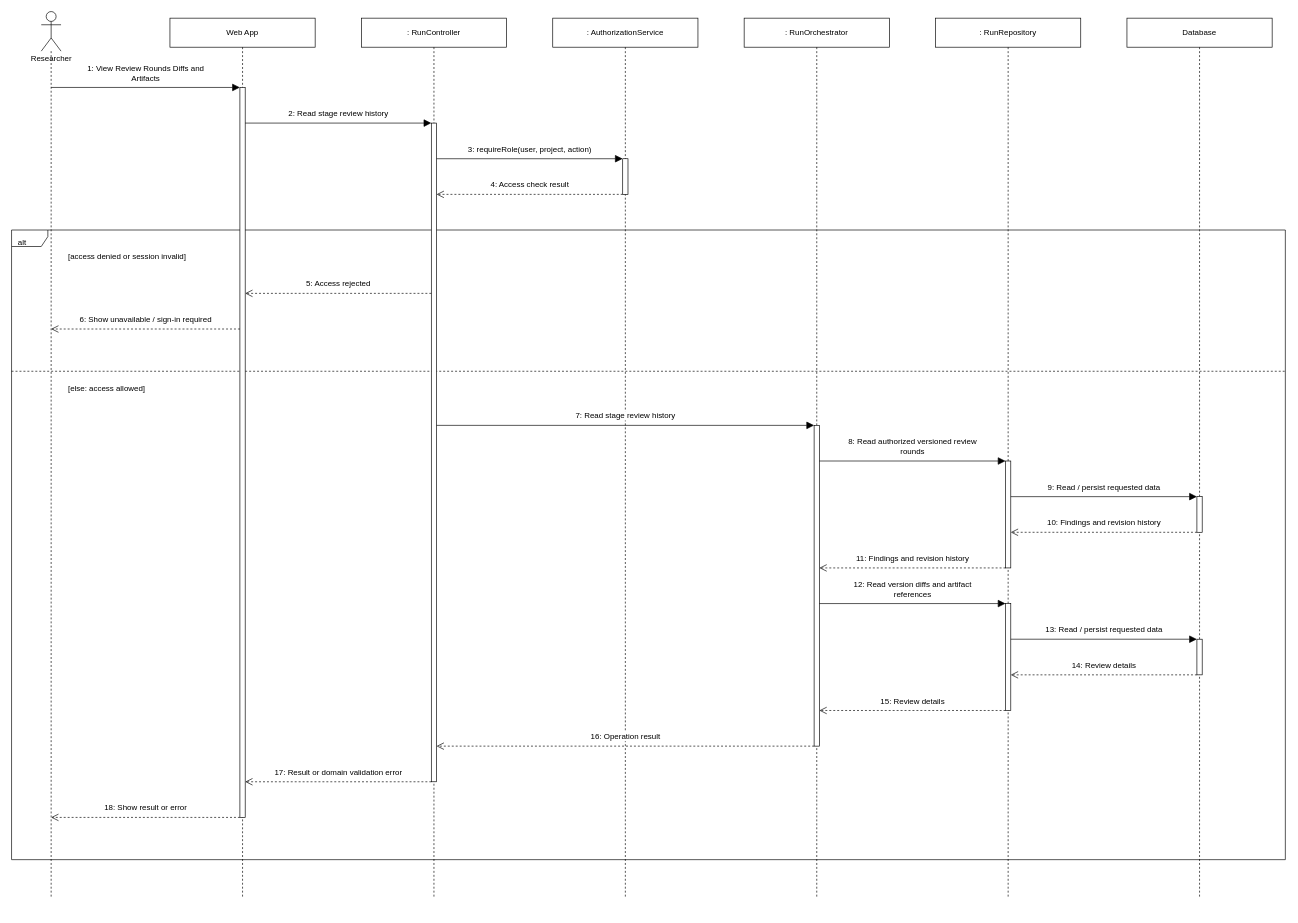
This is page "View Review Rounds Diffs and Artifacts" (7 of 17) of diagrams/08-sequence/04-research-run-orchestration/Sequence-Diagrams-Research-Run-Orchestration.drawio from openai-scientist/docs, a draw.io file, before an edit. Source tidied: cells renumbered, new cells numbered last; positions are measured from the earlier drawing's top-left corner, leaving out a move shared by most shapes. Both pictures are drawn from the tidied source at 66%, with x=0, y=0 at pixel (11, 11).
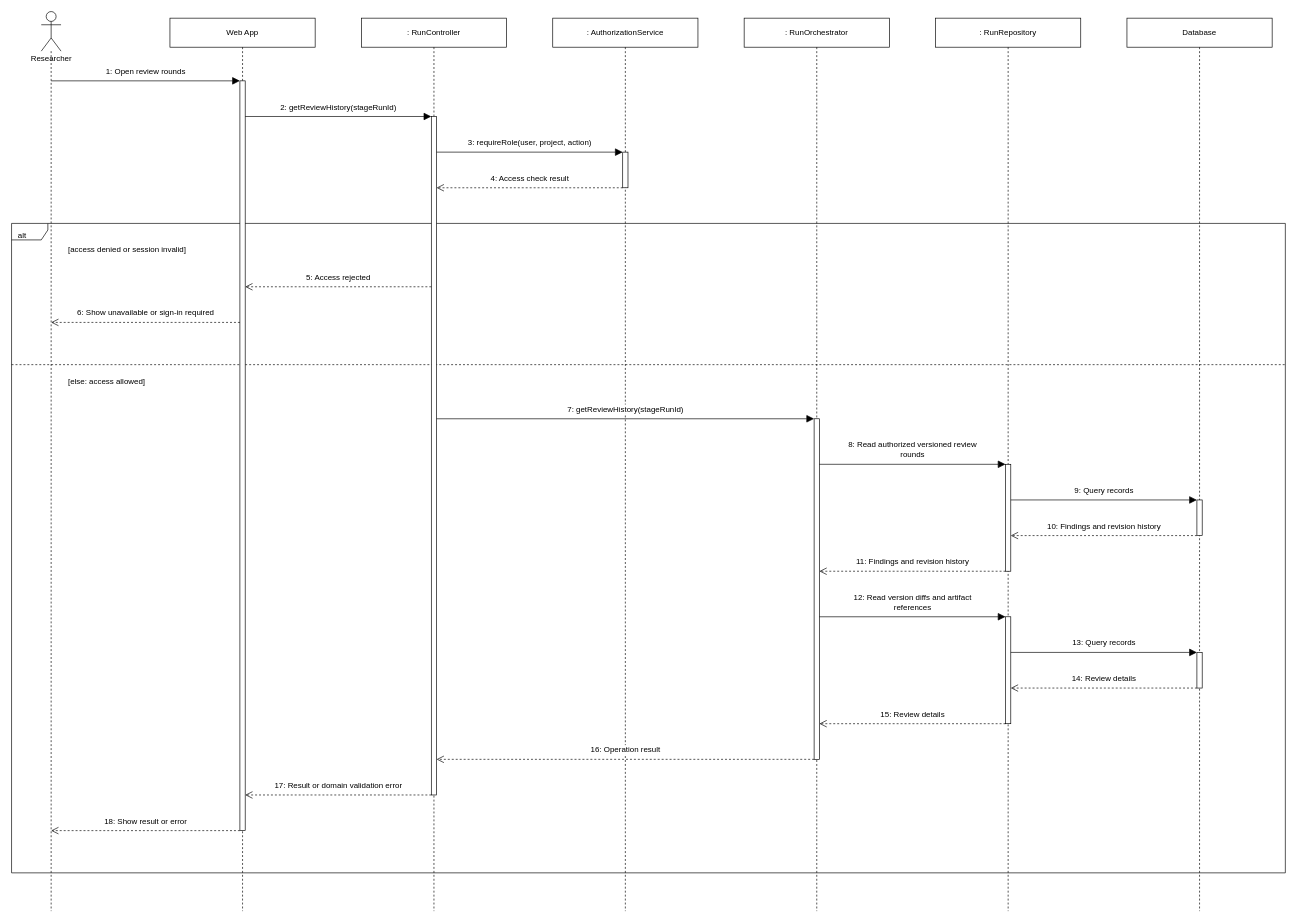
Above is the later version.

What changed in the source:
```diff
@@
     <mxCell id="2" value="alt" style="html=1;fontFamily=Arial;fontSize=12;fontColor=#000000;strokeColor=#000000;strokeWidth=1;fillColor=#FFFFFF;shape=umlFrame;fillColor=none;width=55;height=25;align=left;verticalAlign=top;spacingLeft=8;spacingTop=5;" parent="1" vertex="1">
-      <mxGeometry y="331" width="1930" height="954" as="geometry" />
+      <mxGeometry y="321" width="1930" height="984" as="geometry" />
     </mxCell>
     <mxCell id="3" value="[access denied or session invalid]" style="html=1;fontFamily=Arial;fontSize=12;fontColor=#000000;strokeColor=#000000;strokeWidth=1;fillColor=#FFFFFF;text;strokeColor=none;fillColor=none;align=left;verticalAlign=top;" parent="1" vertex="1">
-      <mxGeometry x="84" y="357" width="1831" height="30" as="geometry" />
+      <mxGeometry x="84" y="347" width="1831" height="30" as="geometry" />
     </mxCell>
     <mxCell id="4" value="[else: access allowed]" style="html=1;fontFamily=Arial;fontSize=12;fontColor=#000000;strokeColor=#000000;strokeWidth=1;fillColor=#FFFFFF;text;strokeColor=none;fillColor=none;align=left;verticalAlign=top;" parent="1" vertex="1">
-      <mxGeometry x="84" y="557" width="1831" height="30" as="geometry" />
+      <mxGeometry x="84" y="547" width="1831" height="30" as="geometry" />
     </mxCell>
     <mxCell id="5" style="html=1;fontFamily=Arial;fontSize=12;fontColor=#000000;strokeColor=#000000;strokeWidth=1;fillColor=#FFFFFF;dashed=1;endArrow=none;" parent="1" edge="1">
       <mxGeometry relative="1" as="geometry">
-        <mxPoint y="545" as="sourcePoint" />
-        <mxPoint x="1930" y="545" as="targetPoint" />
+        <mxPoint y="535" as="sourcePoint" />
+        <mxPoint x="1930" y="535" as="targetPoint" />
       </mxGeometry>
     </mxCell>
     <mxCell id="6" value="Researcher" style="html=1;fontFamily=Arial;fontSize=12;fontColor=#000000;strokeColor=#000000;strokeWidth=1;fillColor=#FFFFFF;shape=umlLifeline;participant=umlActor;size=60;perimeter=lifelinePerimeter;verticalAlign=bottom;spacingBottom=-20;" parent="1" vertex="1">
-      <mxGeometry x="45" width="30" height="1343" as="geometry" />
+      <mxGeometry x="45" width="30" height="1363" as="geometry" />
     </mxCell>
     <mxCell id="7" value="Web App" style="html=1;fontFamily=Arial;fontSize=12;fontColor=#000000;strokeColor=#000000;strokeWidth=1;fillColor=#FFFFFF;shape=umlLifeline;size=44;perimeter=lifelinePerimeter;whiteSpace=wrap;" parent="1" vertex="1">
-      <mxGeometry x="240" y="10" width="220" height="1333" as="geometry" />
+      <mxGeometry x="240" y="10" width="220" height="1353" as="geometry" />
     </mxCell>
     <mxCell id="8" value=": RunController" style="html=1;fontFamily=Arial;fontSize=12;fontColor=#000000;strokeColor=#000000;strokeWidth=1;fillColor=#FFFFFF;shape=umlLifeline;size=44;perimeter=lifelinePerimeter;whiteSpace=wrap;" parent="1" vertex="1">
-      <mxGeometry x="530" y="10" width="220" height="1333" as="geometry" />
+      <mxGeometry x="530" y="10" width="220" height="1353" as="geometry" />
     </mxCell>
     <mxCell id="9" value=": AuthorizationService" style="html=1;fontFamily=Arial;fontSize=12;fontColor=#000000;strokeColor=#000000;strokeWidth=1;fillColor=#FFFFFF;shape=umlLifeline;size=44;perimeter=lifelinePerimeter;whiteSpace=wrap;" parent="1" vertex="1">
-      <mxGeometry x="820" y="10" width="220" height="1333" as="geometry" />
+      <mxGeometry x="820" y="10" width="220" height="1353" as="geometry" />
     </mxCell>
     <mxCell id="10" value=": RunOrchestrator" style="html=1;fontFamily=Arial;fontSize=12;fontColor=#000000;strokeColor=#000000;strokeWidth=1;fillColor=#FFFFFF;shape=umlLifeline;size=44;perimeter=lifelinePerimeter;whiteSpace=wrap;" parent="1" vertex="1">
-      <mxGeometry x="1110" y="10" width="220" height="1333" as="geometry" />
+      <mxGeometry x="1110" y="10" width="220" height="1353" as="geometry" />
     </mxCell>
     <mxCell id="11" value=": RunRepository" style="html=1;fontFamily=Arial;fontSize=12;fontColor=#000000;strokeColor=#000000;strokeWidth=1;fillColor=#FFFFFF;shape=umlLifeline;size=44;perimeter=lifelinePerimeter;whiteSpace=wrap;" parent="1" vertex="1">
-      <mxGeometry x="1400" y="10" width="220" height="1333" as="geometry" />
+      <mxGeometry x="1400" y="10" width="220" height="1353" as="geometry" />
     </mxCell>
     <mxCell id="12" value="Database" style="html=1;fontFamily=Arial;fontSize=12;fontColor=#000000;strokeColor=#000000;strokeWidth=1;fillColor=#FFFFFF;shape=umlLifeline;size=44;perimeter=lifelinePerimeter;whiteSpace=wrap;" parent="1" vertex="1">
-      <mxGeometry x="1690" y="10" width="220" height="1333" as="geometry" />
+      <mxGeometry x="1690" y="10" width="220" height="1353" as="geometry" />
     </mxCell>
     <mxCell id="13" style="html=1;fontFamily=Arial;fontSize=12;fontColor=#000000;strokeColor=#000000;strokeWidth=1;fillColor=#FFFFFF;" parent="7" vertex="1">
-      <mxGeometry x="106" y="105" width="8" height="1106" as="geometry" />
+      <mxGeometry x="106" y="95" width="8" height="1136" as="geometry" />
     </mxCell>
     <mxCell id="14" style="html=1;fontFamily=Arial;fontSize=12;fontColor=#000000;strokeColor=#000000;strokeWidth=1;fillColor=#FFFFFF;" parent="8" vertex="1">
-      <mxGeometry x="106" y="159" width="8" height="998" as="geometry" />
+      <mxGeometry x="106" y="149" width="8" height="1028" as="geometry" />
     </mxCell>
     <mxCell id="15" style="html=1;fontFamily=Arial;fontSize=12;fontColor=#000000;strokeColor=#000000;strokeWidth=1;fillColor=#FFFFFF;" parent="9" vertex="1">
-      <mxGeometry x="106" y="213" width="8" height="54" as="geometry" />
+      <mxGeometry x="106" y="203" width="8" height="54" as="geometry" />
     </mxCell>
     <mxCell id="16" style="html=1;fontFamily=Arial;fontSize=12;fontColor=#000000;strokeColor=#000000;strokeWidth=1;fillColor=#FFFFFF;" parent="10" vertex="1">
-      <mxGeometry x="106" y="617" width="8" height="486" as="geometry" />
+      <mxGeometry x="106" y="607" width="8" height="516" as="geometry" />
     </mxCell>
     <mxCell id="17" style="html=1;fontFamily=Arial;fontSize=12;fontColor=#000000;strokeColor=#000000;strokeWidth=1;fillColor=#FFFFFF;" parent="11" vertex="1">
-      <mxGeometry x="106" y="671" width="8" height="162" as="geometry" />
+      <mxGeometry x="106" y="676" width="8" height="162" as="geometry" />
     </mxCell>
     <mxCell id="18" style="html=1;fontFamily=Arial;fontSize=12;fontColor=#000000;strokeColor=#000000;strokeWidth=1;fillColor=#FFFFFF;" parent="11" vertex="1">
-      <mxGeometry x="106" y="887" width="8" height="162" as="geometry" />
+      <mxGeometry x="106" y="907" width="8" height="162" as="geometry" />
     </mxCell>
     <mxCell id="19" style="html=1;fontFamily=Arial;fontSize=12;fontColor=#000000;strokeColor=#000000;strokeWidth=1;fillColor=#FFFFFF;" parent="12" vertex="1">
-      <mxGeometry x="106" y="725" width="8" height="54" as="geometry" />
+      <mxGeometry x="106" y="730" width="8" height="54" as="geometry" />
     </mxCell>
     <mxCell id="20" style="html=1;fontFamily=Arial;fontSize=12;fontColor=#000000;strokeColor=#000000;strokeWidth=1;fillColor=#FFFFFF;" parent="12" vertex="1">
-      <mxGeometry x="106" y="941" width="8" height="54" as="geometry" />
+      <mxGeometry x="106" y="961" width="8" height="54" as="geometry" />
     </mxCell>
-    <mxCell id="21" value="1: View Review Rounds Diffs and&lt;br&gt;Artifacts" style="html=1;fontFamily=Arial;fontSize=12;fontColor=#000000;strokeColor=#000000;strokeWidth=1;fillColor=#FFFFFF;edgeStyle=none;rounded=0;endSize=9;endArrow=block;endFill=1;labelBackgroundColor=#FFFFFF;verticalAlign=bottom;spacingBottom=5;exitX=0.5;exitY=0.08562918838421445;entryX=0;entryY=0.0;exitPerimeter=0;entryPerimeter=0;" parent="1" edge="1" source="6" target="13">
+    <mxCell id="21" value="1: Open review rounds" style="html=1;fontFamily=Arial;fontSize=12;fontColor=#000000;strokeColor=#000000;strokeWidth=1;fillColor=#FFFFFF;edgeStyle=none;rounded=0;endSize=9;endArrow=block;endFill=1;labelBackgroundColor=#FFFFFF;verticalAlign=bottom;spacingBottom=5;exitX=0.5;exitY=0.07703595011005136;entryX=0;entryY=0.0;exitPerimeter=0;entryPerimeter=0;" parent="1" edge="1" source="6" target="13">
       <mxGeometry relative="1" as="geometry" />
     </mxCell>
-    <mxCell id="22" value="2: Read stage review history" style="html=1;fontFamily=Arial;fontSize=12;fontColor=#000000;strokeColor=#000000;strokeWidth=1;fillColor=#FFFFFF;edgeStyle=none;rounded=0;endSize=9;endArrow=block;endFill=1;labelBackgroundColor=#FFFFFF;verticalAlign=bottom;spacingBottom=5;exitX=1;exitY=0.048824593128390596;entryX=0;entryY=0.0;exitPerimeter=0;entryPerimeter=0;" parent="1" edge="1" source="13" target="14">
+    <mxCell id="22" value="2: getReviewHistory(stageRunId)" style="html=1;fontFamily=Arial;fontSize=12;fontColor=#000000;strokeColor=#000000;strokeWidth=1;fillColor=#FFFFFF;edgeStyle=none;rounded=0;endSize=9;endArrow=block;endFill=1;labelBackgroundColor=#FFFFFF;verticalAlign=bottom;spacingBottom=5;exitX=1;exitY=0.04753521126760563;entryX=0;entryY=0.0;exitPerimeter=0;entryPerimeter=0;" parent="1" edge="1" source="13" target="14">
       <mxGeometry relative="1" as="geometry" />
     </mxCell>
-    <mxCell id="23" value="3: requireRole(user, project, action)" style="html=1;fontFamily=Arial;fontSize=12;fontColor=#000000;strokeColor=#000000;strokeWidth=1;fillColor=#FFFFFF;edgeStyle=none;rounded=0;endSize=9;endArrow=block;endFill=1;labelBackgroundColor=#FFFFFF;verticalAlign=bottom;spacingBottom=5;exitX=1;exitY=0.05410821643286573;entryX=0;entryY=0.0;exitPerimeter=0;entryPerimeter=0;" parent="1" edge="1" source="14" target="15">
+    <mxCell id="23" value="3: requireRole(user, project, action)" style="html=1;fontFamily=Arial;fontSize=12;fontColor=#000000;strokeColor=#000000;strokeWidth=1;fillColor=#FFFFFF;edgeStyle=none;rounded=0;endSize=9;endArrow=block;endFill=1;labelBackgroundColor=#FFFFFF;verticalAlign=bottom;spacingBottom=5;exitX=1;exitY=0.05252918287937743;entryX=0;entryY=0.0;exitPerimeter=0;entryPerimeter=0;" parent="1" edge="1" source="14" target="15">
       <mxGeometry relative="1" as="geometry" />
     </mxCell>
-    <mxCell id="24" value="4: Access check result" style="html=1;fontFamily=Arial;fontSize=12;fontColor=#000000;strokeColor=#000000;strokeWidth=1;fillColor=#FFFFFF;edgeStyle=none;rounded=0;endSize=9;dashed=1;endArrow=open;endFill=0;labelBackgroundColor=#FFFFFF;verticalAlign=bottom;spacingBottom=5;exitX=0;exitY=1.0;entryX=1;entryY=0.10821643286573146;exitPerimeter=0;entryPerimeter=0;" parent="1" edge="1" source="15" target="14">
+    <mxCell id="24" value="4: Access check result" style="html=1;fontFamily=Arial;fontSize=12;fontColor=#000000;strokeColor=#000000;strokeWidth=1;fillColor=#FFFFFF;edgeStyle=none;rounded=0;endSize=9;dashed=1;endArrow=open;endFill=0;labelBackgroundColor=#FFFFFF;verticalAlign=bottom;spacingBottom=5;exitX=0;exitY=1.0;entryX=1;entryY=0.10505836575875487;exitPerimeter=0;entryPerimeter=0;" parent="1" edge="1" source="15" target="14">
       <mxGeometry relative="1" as="geometry" />
     </mxCell>
-    <mxCell id="25" value="5: Access rejected" style="html=1;fontFamily=Arial;fontSize=12;fontColor=#000000;strokeColor=#000000;strokeWidth=1;fillColor=#FFFFFF;edgeStyle=none;rounded=0;endSize=9;dashed=1;endArrow=open;endFill=0;labelBackgroundColor=#FFFFFF;verticalAlign=bottom;spacingBottom=5;exitX=0;exitY=0.25851703406813625;entryX=1;entryY=0.2820976491862568;exitPerimeter=0;entryPerimeter=0;" parent="1" edge="1" source="14" target="13">
+    <mxCell id="25" value="5: Access rejected" style="html=1;fontFamily=Arial;fontSize=12;fontColor=#000000;strokeColor=#000000;strokeWidth=1;fillColor=#FFFFFF;edgeStyle=none;rounded=0;endSize=9;dashed=1;endArrow=open;endFill=0;labelBackgroundColor=#FFFFFF;verticalAlign=bottom;spacingBottom=5;exitX=0;exitY=0.2509727626459144;entryX=1;entryY=0.2746478873239437;exitPerimeter=0;entryPerimeter=0;" parent="1" edge="1" source="14" target="13">
       <mxGeometry relative="1" as="geometry" />
     </mxCell>
-    <mxCell id="26" value="6: Show unavailable / sign-in required" style="html=1;fontFamily=Arial;fontSize=12;fontColor=#000000;strokeColor=#000000;strokeWidth=1;fillColor=#FFFFFF;edgeStyle=none;rounded=0;endSize=9;dashed=1;endArrow=open;endFill=0;labelBackgroundColor=#FFFFFF;verticalAlign=bottom;spacingBottom=5;exitX=0;exitY=0.3309222423146474;entryX=0.5;entryY=0.35815338793745344;exitPerimeter=0;entryPerimeter=0;" parent="1" edge="1" source="13" target="6">
+    <mxCell id="26" value="6: Show unavailable or sign-in required" style="html=1;fontFamily=Arial;fontSize=12;fontColor=#000000;strokeColor=#000000;strokeWidth=1;fillColor=#FFFFFF;edgeStyle=none;rounded=0;endSize=9;dashed=1;endArrow=open;endFill=0;labelBackgroundColor=#FFFFFF;verticalAlign=bottom;spacingBottom=5;exitX=0;exitY=0.3221830985915493;entryX=0.5;entryY=0.34556126192223036;exitPerimeter=0;entryPerimeter=0;" parent="1" edge="1" source="13" target="6">
       <mxGeometry relative="1" as="geometry" />
     </mxCell>
-    <mxCell id="27" value="7: Read stage review history" style="html=1;fontFamily=Arial;fontSize=12;fontColor=#000000;strokeColor=#000000;strokeWidth=1;fillColor=#FFFFFF;edgeStyle=none;rounded=0;endSize=9;endArrow=block;endFill=1;labelBackgroundColor=#FFFFFF;verticalAlign=bottom;spacingBottom=5;exitX=1;exitY=0.4589178356713427;entryX=0;entryY=0.0;exitPerimeter=0;entryPerimeter=0;" parent="1" edge="1" source="14" target="16">
+    <mxCell id="27" value="7: getReviewHistory(stageRunId)" style="html=1;fontFamily=Arial;fontSize=12;fontColor=#000000;strokeColor=#000000;strokeWidth=1;fillColor=#FFFFFF;edgeStyle=none;rounded=0;endSize=9;endArrow=block;endFill=1;labelBackgroundColor=#FFFFFF;verticalAlign=bottom;spacingBottom=5;exitX=1;exitY=0.4455252918287938;entryX=0;entryY=0.0;exitPerimeter=0;entryPerimeter=0;" parent="1" edge="1" source="14" target="16">
       <mxGeometry relative="1" as="geometry" />
     </mxCell>
-    <mxCell id="28" value="8: Read authorized versioned review&lt;br&gt;rounds" style="html=1;fontFamily=Arial;fontSize=12;fontColor=#000000;strokeColor=#000000;strokeWidth=1;fillColor=#FFFFFF;edgeStyle=none;rounded=0;endSize=9;endArrow=block;endFill=1;labelBackgroundColor=#FFFFFF;verticalAlign=bottom;spacingBottom=5;exitX=1;exitY=0.1111111111111111;entryX=0;entryY=0.0;exitPerimeter=0;entryPerimeter=0;" parent="1" edge="1" source="16" target="17">
+    <mxCell id="28" value="8: Read authorized versioned review&lt;br&gt;rounds" style="html=1;fontFamily=Arial;fontSize=12;fontColor=#000000;strokeColor=#000000;strokeWidth=1;fillColor=#FFFFFF;edgeStyle=none;rounded=0;endSize=9;endArrow=block;endFill=1;labelBackgroundColor=#FFFFFF;verticalAlign=bottom;spacingBottom=5;exitX=1;exitY=0.13372093023255813;entryX=0;entryY=0.0;exitPerimeter=0;entryPerimeter=0;" parent="1" edge="1" source="16" target="17">
       <mxGeometry relative="1" as="geometry" />
     </mxCell>
-    <mxCell id="29" value="9: Read / persist requested data" style="html=1;fontFamily=Arial;fontSize=12;fontColor=#000000;strokeColor=#000000;strokeWidth=1;fillColor=#FFFFFF;edgeStyle=none;rounded=0;endSize=9;endArrow=block;endFill=1;labelBackgroundColor=#FFFFFF;verticalAlign=bottom;spacingBottom=5;exitX=1;exitY=0.3333333333333333;entryX=0;entryY=0.0;exitPerimeter=0;entryPerimeter=0;" parent="1" edge="1" source="17" target="19">
+    <mxCell id="29" value="9: Query records" style="html=1;fontFamily=Arial;fontSize=12;fontColor=#000000;strokeColor=#000000;strokeWidth=1;fillColor=#FFFFFF;edgeStyle=none;rounded=0;endSize=9;endArrow=block;endFill=1;labelBackgroundColor=#FFFFFF;verticalAlign=bottom;spacingBottom=5;exitX=1;exitY=0.3333333333333333;entryX=0;entryY=0.0;exitPerimeter=0;entryPerimeter=0;" parent="1" edge="1" source="17" target="19">
       <mxGeometry relative="1" as="geometry" />
     </mxCell>
@@
-    <mxCell id="31" value="11: Findings and revision history" style="html=1;fontFamily=Arial;fontSize=12;fontColor=#000000;strokeColor=#000000;strokeWidth=1;fillColor=#FFFFFF;edgeStyle=none;rounded=0;endSize=9;dashed=1;endArrow=open;endFill=0;labelBackgroundColor=#FFFFFF;verticalAlign=bottom;spacingBottom=5;exitX=0;exitY=1.0;entryX=1;entryY=0.4444444444444444;exitPerimeter=0;entryPerimeter=0;" parent="1" edge="1" source="17" target="16">
+    <mxCell id="31" value="11: Findings and revision history" style="html=1;fontFamily=Arial;fontSize=12;fontColor=#000000;strokeColor=#000000;strokeWidth=1;fillColor=#FFFFFF;edgeStyle=none;rounded=0;endSize=9;dashed=1;endArrow=open;endFill=0;labelBackgroundColor=#FFFFFF;verticalAlign=bottom;spacingBottom=5;exitX=0;exitY=1.0;entryX=1;entryY=0.4476744186046512;exitPerimeter=0;entryPerimeter=0;" parent="1" edge="1" source="17" target="16">
       <mxGeometry relative="1" as="geometry" />
     </mxCell>
-    <mxCell id="32" value="12: Read version diffs and artifact&lt;br&gt;references" style="html=1;fontFamily=Arial;fontSize=12;fontColor=#000000;strokeColor=#000000;strokeWidth=1;fillColor=#FFFFFF;edgeStyle=none;rounded=0;endSize=9;endArrow=block;endFill=1;labelBackgroundColor=#FFFFFF;verticalAlign=bottom;spacingBottom=5;exitX=1;exitY=0.5555555555555556;entryX=0;entryY=0.0;exitPerimeter=0;entryPerimeter=0;" parent="1" edge="1" source="16" target="18">
+    <mxCell id="32" value="12: Read version diffs and artifact&lt;br&gt;references" style="html=1;fontFamily=Arial;fontSize=12;fontColor=#000000;strokeColor=#000000;strokeWidth=1;fillColor=#FFFFFF;edgeStyle=none;rounded=0;endSize=9;endArrow=block;endFill=1;labelBackgroundColor=#FFFFFF;verticalAlign=bottom;spacingBottom=5;exitX=1;exitY=0.5813953488372093;entryX=0;entryY=0.0;exitPerimeter=0;entryPerimeter=0;" parent="1" edge="1" source="16" target="18">
       <mxGeometry relative="1" as="geometry" />
     </mxCell>
-    <mxCell id="33" value="13: Read / persist requested data" style="html=1;fontFamily=Arial;fontSize=12;fontColor=#000000;strokeColor=#000000;strokeWidth=1;fillColor=#FFFFFF;edgeStyle=none;rounded=0;endSize=9;endArrow=block;endFill=1;labelBackgroundColor=#FFFFFF;verticalAlign=bottom;spacingBottom=5;exitX=1;exitY=0.3333333333333333;entryX=0;entryY=0.0;exitPerimeter=0;entryPerimeter=0;" parent="1" edge="1" source="18" target="20">
+    <mxCell id="33" value="13: Query records" style="html=1;fontFamily=Arial;fontSize=12;fontColor=#000000;strokeColor=#000000;strokeWidth=1;fillColor=#FFFFFF;edgeStyle=none;rounded=0;endSize=9;endArrow=block;endFill=1;labelBackgroundColor=#FFFFFF;verticalAlign=bottom;spacingBottom=5;exitX=1;exitY=0.3333333333333333;entryX=0;entryY=0.0;exitPerimeter=0;entryPerimeter=0;" parent="1" edge="1" source="18" target="20">
       <mxGeometry relative="1" as="geometry" />
     </mxCell>
@@
-    <mxCell id="35" value="15: Review details" style="html=1;fontFamily=Arial;fontSize=12;fontColor=#000000;strokeColor=#000000;strokeWidth=1;fillColor=#FFFFFF;edgeStyle=none;rounded=0;endSize=9;dashed=1;endArrow=open;endFill=0;labelBackgroundColor=#FFFFFF;verticalAlign=bottom;spacingBottom=5;exitX=0;exitY=1.0;entryX=1;entryY=0.8888888888888888;exitPerimeter=0;entryPerimeter=0;" parent="1" edge="1" source="18" target="16">
+    <mxCell id="35" value="15: Review details" style="html=1;fontFamily=Arial;fontSize=12;fontColor=#000000;strokeColor=#000000;strokeWidth=1;fillColor=#FFFFFF;edgeStyle=none;rounded=0;endSize=9;dashed=1;endArrow=open;endFill=0;labelBackgroundColor=#FFFFFF;verticalAlign=bottom;spacingBottom=5;exitX=0;exitY=1.0;entryX=1;entryY=0.8953488372093024;exitPerimeter=0;entryPerimeter=0;" parent="1" edge="1" source="18" target="16">
       <mxGeometry relative="1" as="geometry" />
     </mxCell>
-    <mxCell id="36" value="16: Operation result" style="html=1;fontFamily=Arial;fontSize=12;fontColor=#000000;strokeColor=#000000;strokeWidth=1;fillColor=#FFFFFF;edgeStyle=none;rounded=0;endSize=9;dashed=1;endArrow=open;endFill=0;labelBackgroundColor=#FFFFFF;verticalAlign=bottom;spacingBottom=5;exitX=0;exitY=1.0;entryX=1;entryY=0.9458917835671342;exitPerimeter=0;entryPerimeter=0;" parent="1" edge="1" source="16" target="14">
+    <mxCell id="36" value="16: Operation result" style="html=1;fontFamily=Arial;fontSize=12;fontColor=#000000;strokeColor=#000000;strokeWidth=1;fillColor=#FFFFFF;edgeStyle=none;rounded=0;endSize=9;dashed=1;endArrow=open;endFill=0;labelBackgroundColor=#FFFFFF;verticalAlign=bottom;spacingBottom=5;exitX=0;exitY=1.0;entryX=1;entryY=0.9474708171206225;exitPerimeter=0;entryPerimeter=0;" parent="1" edge="1" source="16" target="14">
       <mxGeometry relative="1" as="geometry" />
     </mxCell>
-    <mxCell id="37" value="17: Result or domain validation error" style="html=1;fontFamily=Arial;fontSize=12;fontColor=#000000;strokeColor=#000000;strokeWidth=1;fillColor=#FFFFFF;edgeStyle=none;rounded=0;endSize=9;dashed=1;endArrow=open;endFill=0;labelBackgroundColor=#FFFFFF;verticalAlign=bottom;spacingBottom=5;exitX=0;exitY=1.0;entryX=1;entryY=0.9511754068716094;exitPerimeter=0;entryPerimeter=0;" parent="1" edge="1" source="14" target="13">
+    <mxCell id="37" value="17: Result or domain validation error" style="html=1;fontFamily=Arial;fontSize=12;fontColor=#000000;strokeColor=#000000;strokeWidth=1;fillColor=#FFFFFF;edgeStyle=none;rounded=0;endSize=9;dashed=1;endArrow=open;endFill=0;labelBackgroundColor=#FFFFFF;verticalAlign=bottom;spacingBottom=5;exitX=0;exitY=1.0;entryX=1;entryY=0.9524647887323944;exitPerimeter=0;entryPerimeter=0;" parent="1" edge="1" source="14" target="13">
       <mxGeometry relative="1" as="geometry" />
     </mxCell>
-    <mxCell id="38" value="18: Show result or error" style="html=1;fontFamily=Arial;fontSize=12;fontColor=#000000;strokeColor=#000000;strokeWidth=1;fillColor=#FFFFFF;edgeStyle=none;rounded=0;endSize=9;dashed=1;endArrow=open;endFill=0;labelBackgroundColor=#FFFFFF;verticalAlign=bottom;spacingBottom=5;exitX=0;exitY=1.0;entryX=0.5;entryY=0.9091586001489204;exitPerimeter=0;entryPerimeter=0;" parent="1" edge="1" source="13" target="6">
+    <mxCell id="38" value="18: Show result or error" style="html=1;fontFamily=Arial;fontSize=12;fontColor=#000000;strokeColor=#000000;strokeWidth=1;fillColor=#FFFFFF;edgeStyle=none;rounded=0;endSize=9;dashed=1;endArrow=open;endFill=0;labelBackgroundColor=#FFFFFF;verticalAlign=bottom;spacingBottom=5;exitX=0;exitY=1.0;entryX=0.5;entryY=0.9104915627292737;exitPerimeter=0;entryPerimeter=0;" parent="1" edge="1" source="13" target="6">
       <mxGeometry relative="1" as="geometry" />
     </mxCell>
```
